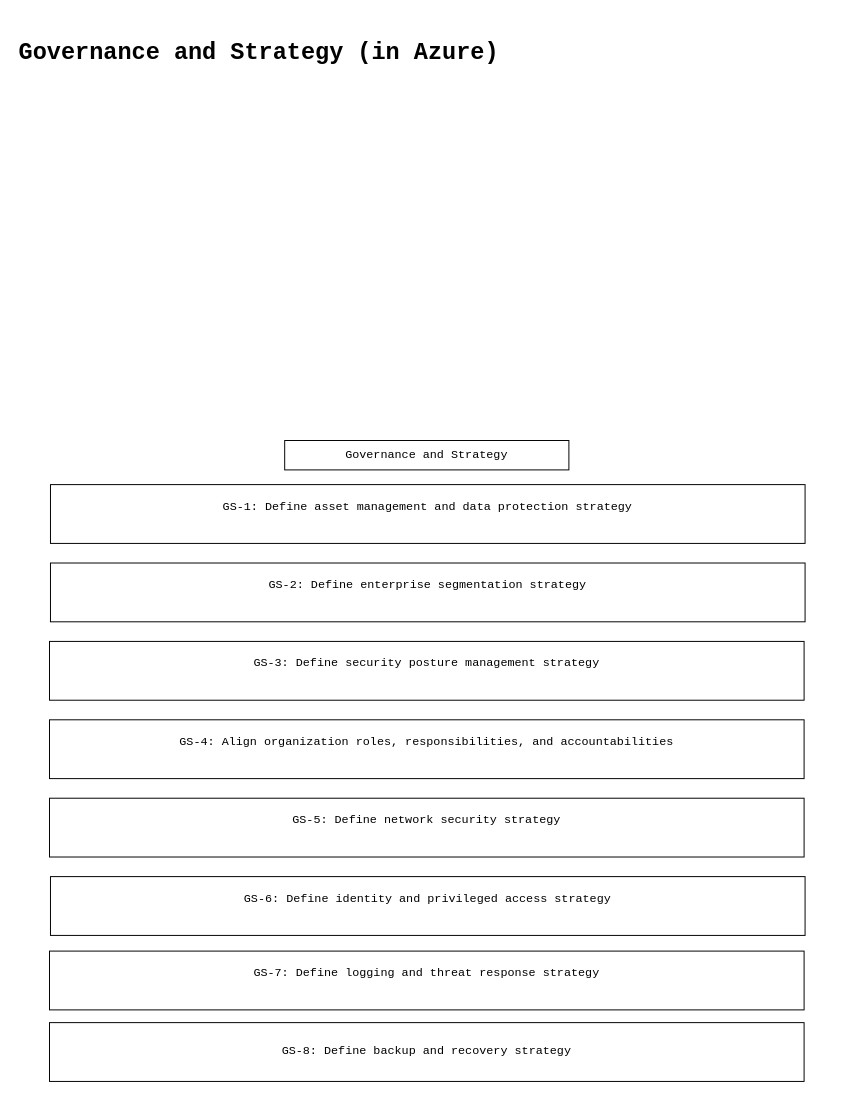
This is page "Governance and Strategy" (12 of 13) of Cloud/Infrastructure_Security.drawio from hmahmood2351/Home_Labs, a draw.io file, before an edit. Source tidied: cells renumbered, new cells numbered last; positions are measured from the earlier drawing's top-left corner, leaving out a move shared by most shapes. Both pictures are drawn from the tidied source at 98%, with x=0, y=0 at pixel (17, 17).
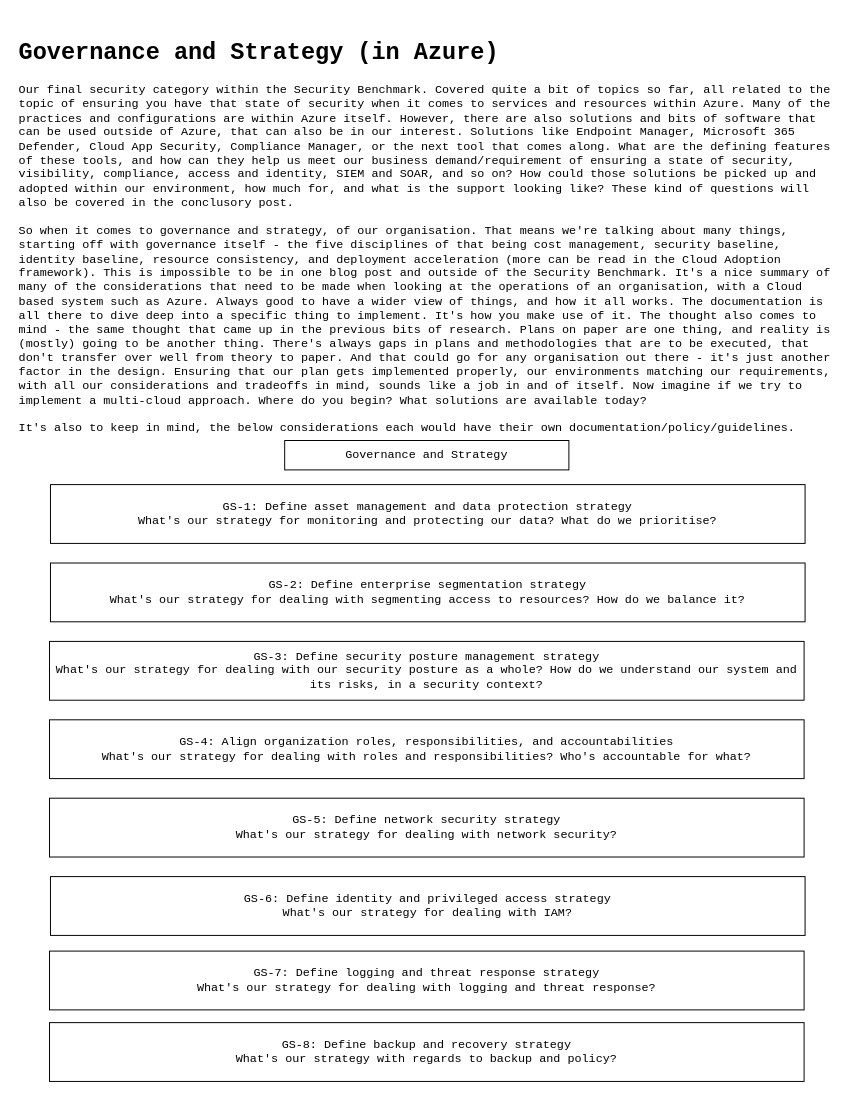
The same diagram, later.

The edit, as a diff of the source:
```diff
@@
 <mxGraphModel>
   <root>
     <mxCell id="0" />
     <mxCell id="1" parent="0" />
-    <mxCell id="2" value="&lt;h1 style=&quot;color: rgb(0 , 0 , 0) ; font-family: &amp;#34;courier new&amp;#34; ; font-style: normal ; letter-spacing: normal ; text-align: left ; text-indent: 0px ; text-transform: none ; word-spacing: 0px&quot;&gt;Governance and Strategy (in Azure)&lt;/h1&gt;&lt;div&gt;&lt;br&gt;&lt;/div&gt;&lt;div&gt;&lt;br&gt;&lt;/div&gt;&lt;div&gt;&lt;br&gt;&lt;/div&gt;&lt;div&gt;&amp;nbsp;&lt;/div&gt;&lt;span style=&quot;text-align: center&quot;&gt;&lt;br&gt;&lt;/span&gt;&lt;div&gt;&lt;br&gt;&lt;/div&gt;&lt;div&gt;&lt;br&gt;&lt;/div&gt;" style="text;html=1;fontFamily=Courier New;labelBackgroundColor=none;verticalAlign=top;whiteSpace=wrap;" parent="1" vertex="1">
+    <mxCell id="2" value="&lt;h1 style=&quot;color: rgb(0 , 0 , 0) ; font-family: &amp;#34;courier new&amp;#34; ; font-style: normal ; letter-spacing: normal ; text-align: left ; text-indent: 0px ; text-transform: none ; word-spacing: 0px&quot;&gt;Governance and Strategy (in Azure)&lt;/h1&gt;&lt;div&gt;Our final security category within the Security Benchmark. Covered quite a bit of topics so far, all related to the topic of ensuring you have that state of security when it comes to services and resources within Azure. Many of the practices and configurations are within Azure itself. However, there are also solutions and bits of software that can be used outside of Azure, that can also be in our interest. Solutions like Endpoint Manager, Microsoft 365 Defender, Cloud App Security, Compliance Manager, or the next tool that comes along. What are the defining features of these tools, and how can they help us meet our business demand/requirement of ensuring a state of security, visibility, compliance, access and identity, SIEM and SOAR, and so on? How could those solutions be picked up and adopted within our environment, how much for, and what is the support looking like? These kind of questions will also be covered in the conclusory post.&amp;nbsp;&lt;/div&gt;&lt;div&gt;&lt;br&gt;&lt;/div&gt;&lt;div&gt;So when it comes to governance and strategy, of our organisation. That means we're talking about many things, starting off with governance itself - the five disciplines of that being cost management, security baseline, identity baseline, resource consistency, and deployment acceleration (more can be read in the Cloud Adoption framework). This is impossible to be in one blog post and outside of the Security Benchmark. It's a nice summary of many of the considerations that need to be made when looking at the operations of an organisation, with a Cloud based system such as Azure. Always good to have a wider view of things, and how it all works. The documentation is all there to dive deep into a specific thing to implement. It's how you make use of it. The thought also comes to mind - the same thought that came up in the previous bits of research. Plans on paper are one thing, and reality is (mostly) going to be another thing. There's always gaps in plans and methodologies that are to be executed, that don't transfer over well from theory to paper. And that could go for any organisation out there - it's just another factor in the design. Ensuring that our plan gets implemented properly, our environments matching our requirements, with all our considerations and tradeoffs in mind, sounds like a job in and of itself. Now imagine if we try to implement a multi-cloud approach. Where do you begin? What solutions are available today?&lt;/div&gt;&lt;div&gt;&lt;br&gt;&lt;/div&gt;&lt;div&gt;It's also to keep in mind, the below considerations each would have their own documentation/policy/guidelines.&lt;/div&gt;&lt;div&gt;&lt;br&gt;&lt;/div&gt;&lt;div&gt;&lt;br&gt;&lt;/div&gt;&lt;div&gt;&amp;nbsp;&lt;/div&gt;&lt;span style=&quot;text-align: center&quot;&gt;&lt;br&gt;&lt;/span&gt;&lt;div&gt;&lt;br&gt;&lt;/div&gt;&lt;div&gt;&lt;br&gt;&lt;/div&gt;" style="text;html=1;fontFamily=Courier New;labelBackgroundColor=none;verticalAlign=top;whiteSpace=wrap;" parent="1" vertex="1">
       <mxGeometry width="838" height="560" as="geometry" />
     </mxCell>
     <mxCell id="3" value="Governance and Strategy" style="rounded=0;whiteSpace=wrap;html=1;fontFamily=Courier New;align=center;" parent="1" vertex="1">
       <mxGeometry x="273" y="432" width="290" height="30" as="geometry" />
     </mxCell>
-    <mxCell id="4" value="&lt;div&gt;&lt;div&gt;GS-1: Define asset management and data protection strategy&lt;/div&gt;&lt;/div&gt;&lt;div&gt;&lt;br&gt;&lt;/div&gt;" style="rounded=0;whiteSpace=wrap;html=1;fontFamily=Courier New;align=center;" parent="1" vertex="1">
+    <mxCell id="4" value="&lt;div&gt;&lt;div&gt;GS-1: Define asset management and data protection strategy&lt;/div&gt;&lt;/div&gt;&lt;div&gt;What's our strategy for monitoring and protecting our data? What do we prioritise?&lt;/div&gt;" style="rounded=0;whiteSpace=wrap;html=1;fontFamily=Courier New;align=center;" parent="1" vertex="1">
       <mxGeometry x="34" y="477" width="770" height="60" as="geometry" />
     </mxCell>
-    <mxCell id="5" value="&lt;div&gt;&lt;div&gt;GS-2: Define enterprise segmentation strategy&lt;/div&gt;&lt;/div&gt;&lt;div&gt;&lt;br&gt;&lt;/div&gt;" style="rounded=0;whiteSpace=wrap;html=1;fontFamily=Courier New;align=center;" parent="1" vertex="1">
+    <mxCell id="5" value="&lt;div&gt;&lt;div&gt;GS-2: Define enterprise segmentation strategy&lt;/div&gt;&lt;/div&gt;&lt;div&gt;What's our strategy for dealing with segmenting access to resources? How do we balance it?&lt;/div&gt;" style="rounded=0;whiteSpace=wrap;html=1;fontFamily=Courier New;align=center;" parent="1" vertex="1">
       <mxGeometry x="34" y="557" width="770" height="60" as="geometry" />
     </mxCell>
-    <mxCell id="6" value="&lt;div&gt;&lt;div&gt;GS-3: Define security posture management strategy&lt;/div&gt;&lt;/div&gt;&lt;div&gt;&lt;br&gt;&lt;/div&gt;" style="rounded=0;whiteSpace=wrap;html=1;fontFamily=Courier New;align=center;" parent="1" vertex="1">
+    <mxCell id="6" value="&lt;div&gt;&lt;div&gt;GS-3: Define security posture management strategy&lt;/div&gt;&lt;/div&gt;&lt;div&gt;What's our strategy for dealing with our security posture as a whole? How do we understand our system and its risks, in a security context?&lt;br&gt;&lt;/div&gt;" style="rounded=0;whiteSpace=wrap;html=1;fontFamily=Courier New;align=center;" parent="1" vertex="1">
       <mxGeometry x="33" y="637" width="770" height="60" as="geometry" />
     </mxCell>
-    <mxCell id="7" value="&lt;div&gt;&lt;div&gt;GS-4: Align organization roles, responsibilities, and accountabilities&lt;/div&gt;&lt;/div&gt;&lt;div&gt;&lt;br&gt;&lt;/div&gt;" style="rounded=0;whiteSpace=wrap;html=1;fontFamily=Courier New;align=center;" parent="1" vertex="1">
+    <mxCell id="7" value="&lt;div&gt;&lt;div&gt;GS-4: Align organization roles, responsibilities, and accountabilities&lt;/div&gt;&lt;/div&gt;&lt;div&gt;What's our strategy for dealing with roles and responsibilities? Who's accountable for what?&lt;br&gt;&lt;/div&gt;" style="rounded=0;whiteSpace=wrap;html=1;fontFamily=Courier New;align=center;" parent="1" vertex="1">
       <mxGeometry x="33" y="717" width="770" height="60" as="geometry" />
     </mxCell>
-    <mxCell id="8" value="&lt;div&gt;&lt;div&gt;GS-5: Define network security strategy&lt;/div&gt;&lt;/div&gt;&lt;div&gt;&lt;br&gt;&lt;/div&gt;" style="rounded=0;whiteSpace=wrap;html=1;fontFamily=Courier New;align=center;" parent="1" vertex="1">
+    <mxCell id="8" value="&lt;div&gt;&lt;div&gt;GS-5: Define network security strategy&lt;/div&gt;&lt;/div&gt;&lt;div&gt;What's our strategy for dealing with network security?&lt;br&gt;&lt;/div&gt;" style="rounded=0;whiteSpace=wrap;html=1;fontFamily=Courier New;align=center;" parent="1" vertex="1">
       <mxGeometry x="33" y="797" width="770" height="60" as="geometry" />
     </mxCell>
-    <mxCell id="9" value="&lt;div&gt;&lt;div&gt;GS-6: Define identity and privileged access strategy&lt;/div&gt;&lt;/div&gt;&lt;div&gt;&lt;br&gt;&lt;/div&gt;" style="rounded=0;whiteSpace=wrap;html=1;fontFamily=Courier New;align=center;" parent="1" vertex="1">
+    <mxCell id="9" value="&lt;div&gt;&lt;div&gt;GS-6: Define identity and privileged access strategy&lt;/div&gt;&lt;/div&gt;&lt;div&gt;What's our strategy for dealing with IAM?&lt;/div&gt;" style="rounded=0;whiteSpace=wrap;html=1;fontFamily=Courier New;align=center;" parent="1" vertex="1">
       <mxGeometry x="34" y="877" width="770" height="60" as="geometry" />
     </mxCell>
-    <mxCell id="10" value="&lt;div&gt;&lt;div&gt;GS-7: Define logging and threat response strategy&lt;/div&gt;&lt;/div&gt;&lt;div&gt;&lt;br&gt;&lt;/div&gt;" style="rounded=0;whiteSpace=wrap;html=1;fontFamily=Courier New;align=center;" parent="1" vertex="1">
+    <mxCell id="10" value="&lt;div&gt;&lt;div&gt;GS-7: Define logging and threat response strategy&lt;/div&gt;&lt;/div&gt;&lt;div&gt;What's our strategy for dealing with logging and threat response?&lt;/div&gt;" style="rounded=0;whiteSpace=wrap;html=1;fontFamily=Courier New;align=center;" parent="1" vertex="1">
       <mxGeometry x="33" y="953" width="770" height="60" as="geometry" />
     </mxCell>
-    <mxCell id="11" value="GS-8: Define backup and recovery strategy" style="rounded=0;whiteSpace=wrap;html=1;fontFamily=Courier New;align=center;" parent="1" vertex="1">
+    <mxCell id="11" value="GS-8: Define backup and recovery strategy&lt;br&gt;What's our strategy with regards to backup and policy?" style="rounded=0;whiteSpace=wrap;html=1;fontFamily=Courier New;align=center;" parent="1" vertex="1">
       <mxGeometry x="33" y="1026" width="770" height="60" as="geometry" />
     </mxCell>
   </root>
 </mxGraphModel>
```
